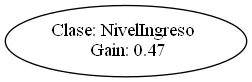
Before: test_output/gain.png, a diagram exported from Graphviz (AlejandroFNadal/ia_decision_trees). Its source is kept beside it as test_output/gain.dot.
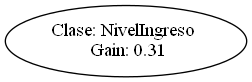
Later version of the same file.

The edit, as a diff of the source:
```diff
@@ -1,4 +1,4 @@
 digraph {
 	0 [label="Clase: NivelIngreso
- Gain: 0.47"]
+ Gain: 0.31"]
 }
```
